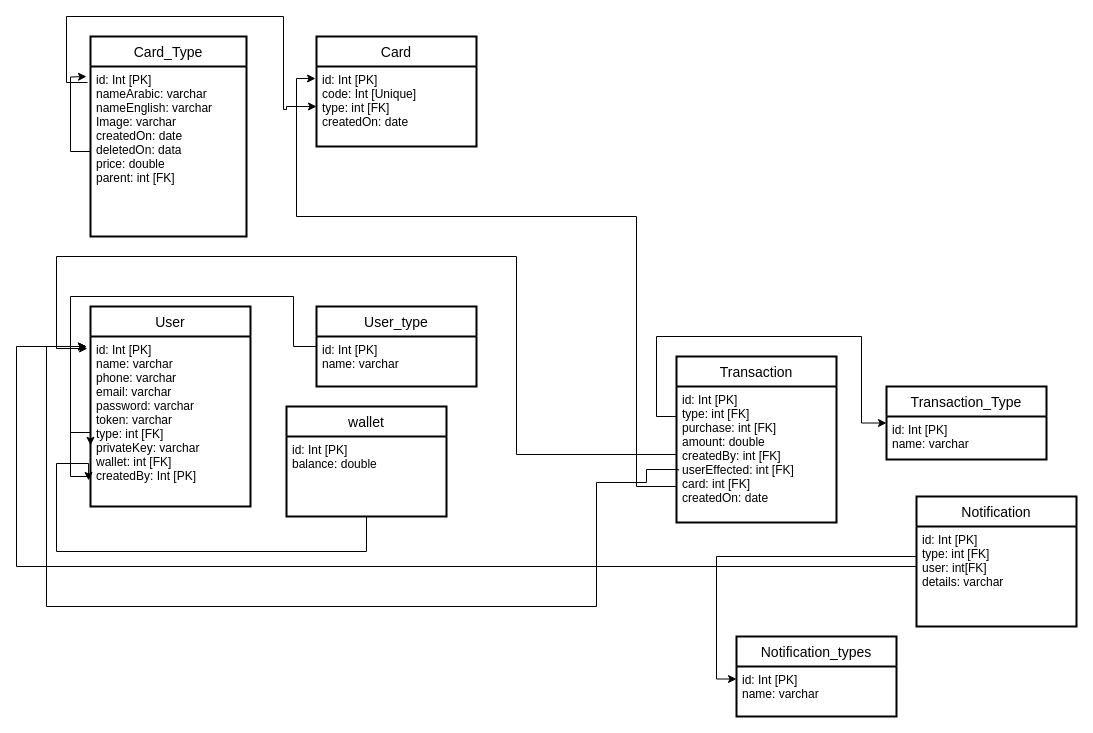
Before: src/diagrams/database.drawio in Ibrahimrahhal/Betakatcom-BE, a draw.io diagram. Source tidied: cells renumbered, new cells numbered last; positions are measured from the earlier drawing's top-left corner, leaving out a move shared by most shapes. Both pictures are drawn from the tidied source at 100%, with x=0, y=0 at pixel (16, 16).
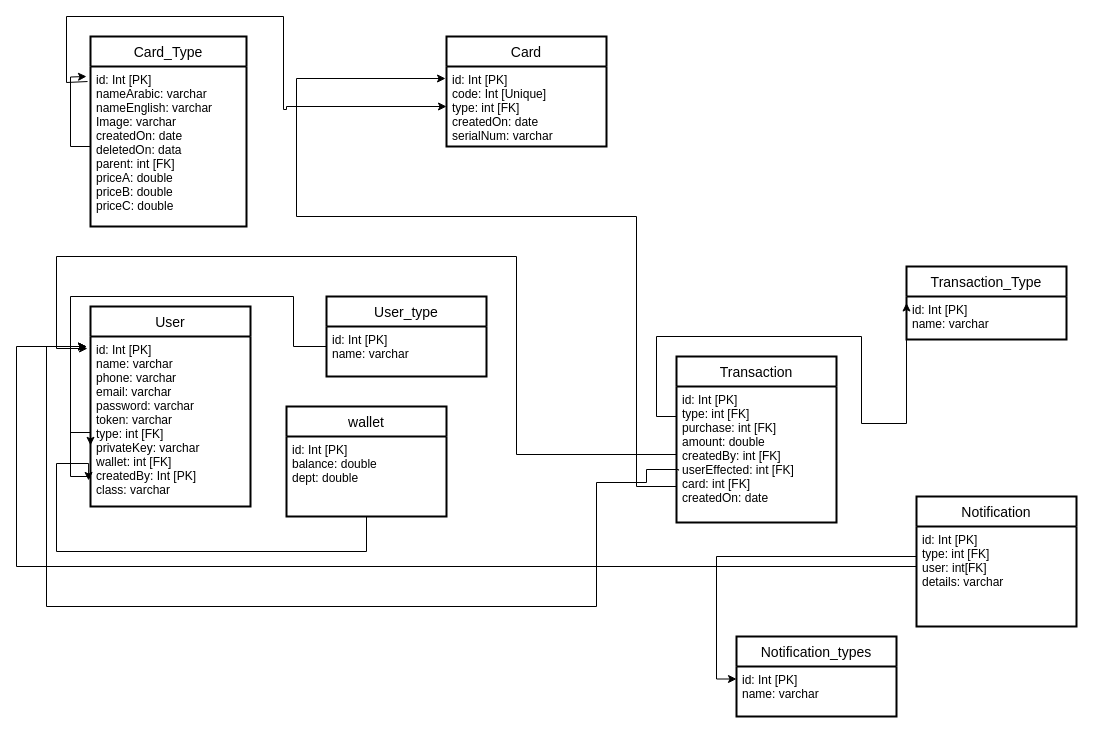
The same diagram, later.

Unchanged cells that the change refers to:
```xml
<mxCell id="7" value="User" style="swimlane;horizontal=1;startSize=30;rounded=1;fontSize=14;fontStyle=0;strokeWidth=2;shadow=0;dashed=0;align=center;arcSize=0;" parent="1" vertex="1">
  <mxGeometry x="74" y="290" width="160" height="200" as="geometry" />
</mxCell>
<mxCell id="12" value="wallet" style="swimlane;horizontal=1;startSize=30;rounded=1;fontSize=14;fontStyle=0;strokeWidth=2;shadow=0;dashed=0;align=center;arcSize=0;" parent="1" vertex="1">
  <mxGeometry x="270" y="390" width="160" height="110" as="geometry" />
</mxCell>
```

What changed in the source:
```diff
@@
     <mxCell id="2" value="Card" style="swimlane;horizontal=1;startSize=30;rounded=1;fontSize=14;fontStyle=0;strokeWidth=2;shadow=0;dashed=0;align=center;arcSize=0;" parent="1" vertex="1">
-      <mxGeometry x="300" y="20" width="160" height="110" as="geometry" />
+      <mxGeometry x="430" y="20" width="160" height="110" as="geometry" />
     </mxCell>
-    <mxCell id="3" value="id: Int [PK]&#10;code: Int [Unique]&#10;type: int [FK]&#10;createdOn: date" style="align=left;strokeColor=none;fillColor=none;spacingLeft=4;fontSize=12;verticalAlign=top;" parent="2" vertex="1">
+    <mxCell id="3" value="id: Int [PK]&#10;code: Int [Unique]&#10;type: int [FK]&#10;createdOn: date&#10;serialNum: varchar" style="align=left;strokeColor=none;fillColor=none;spacingLeft=4;fontSize=12;verticalAlign=top;" parent="2" vertex="1">
       <mxGeometry y="30" width="160" height="80" as="geometry" />
     </mxCell>
@@
     <mxCell id="5" value="Card_Type" style="swimlane;horizontal=1;startSize=30;rounded=1;fontSize=14;fontStyle=0;strokeWidth=2;shadow=0;dashed=0;align=center;arcSize=0;" parent="1" vertex="1">
-      <mxGeometry x="74" y="20" width="156" height="200" as="geometry" />
+      <mxGeometry x="74" y="20" width="156" height="190" as="geometry" />
     </mxCell>
-    <mxCell id="6" value="id: Int [PK]&#10;nameArabic: varchar&#10;nameEnglish: varchar&#10;Image: varchar&#10;createdOn: date&#10;deletedOn: data&#10;price: double&#10;parent: int [FK]&#10;&#10;&#10;" style="align=left;strokeColor=none;fillColor=none;spacingLeft=4;fontSize=12;verticalAlign=top;" parent="5" vertex="1">
-      <mxGeometry y="30" width="156" height="170" as="geometry" />
+    <mxCell id="6" value="id: Int [PK]&#10;nameArabic: varchar&#10;nameEnglish: varchar&#10;Image: varchar&#10;createdOn: date&#10;deletedOn: data&#10;parent: int [FK]&#10;priceA: double&#10;priceB: double&#10;priceC: double&#10;&#10;" style="align=left;strokeColor=none;fillColor=none;spacingLeft=4;fontSize=12;verticalAlign=top;" parent="5" vertex="1">
+      <mxGeometry y="30" width="156" height="160" as="geometry" />
     </mxCell>
@@
-    <mxCell id="8" value="id: Int [PK]&#10;name: varchar&#10;phone: varchar&#10;email: varchar&#10;password: varchar&#10;token: varchar&#10;type: int [FK]&#10;privateKey: varchar&#10;wallet: int [FK]&#10;createdBy: Int [PK]&#10;&#10;" style="align=left;strokeColor=none;fillColor=none;spacingLeft=4;fontSize=12;verticalAlign=top;" parent="7" vertex="1">
+    <mxCell id="8" value="id: Int [PK]&#10;name: varchar&#10;phone: varchar&#10;email: varchar&#10;password: varchar&#10;token: varchar&#10;type: int [FK]&#10;privateKey: varchar&#10;wallet: int [FK]&#10;createdBy: Int [PK]&#10;class: varchar&#10;&#10;" style="align=left;strokeColor=none;fillColor=none;spacingLeft=4;fontSize=12;verticalAlign=top;" parent="7" vertex="1">
       <mxGeometry y="30" width="160" height="170" as="geometry" />
     </mxCell>
     <mxCell id="9" value="User_type" style="swimlane;horizontal=1;startSize=30;rounded=1;fontSize=14;fontStyle=0;strokeWidth=2;shadow=0;dashed=0;align=center;arcSize=0;" parent="1" vertex="1">
-      <mxGeometry x="300" y="290" width="160" height="80" as="geometry" />
+      <mxGeometry x="310" y="280" width="160" height="80" as="geometry" />
     </mxCell>
@@
-    <mxCell id="13" value="id: Int [PK]&#10;balance: double&#10;" style="align=left;strokeColor=none;fillColor=none;spacingLeft=4;fontSize=12;verticalAlign=top;" parent="12" vertex="1">
+    <mxCell id="13" value="id: Int [PK]&#10;balance: double&#10;dept: double" style="align=left;strokeColor=none;fillColor=none;spacingLeft=4;fontSize=12;verticalAlign=top;" parent="12" vertex="1">
       <mxGeometry y="30" width="160" height="80" as="geometry" />
     </mxCell>
@@
     <mxCell id="18" value="Transaction_Type" style="swimlane;horizontal=1;startSize=30;rounded=1;fontSize=14;fontStyle=0;strokeWidth=2;shadow=0;dashed=0;align=center;arcSize=0;" parent="1" vertex="1">
-      <mxGeometry x="870" y="370" width="160" height="73" as="geometry" />
+      <mxGeometry x="890" y="250" width="160" height="73" as="geometry" />
     </mxCell>
```
